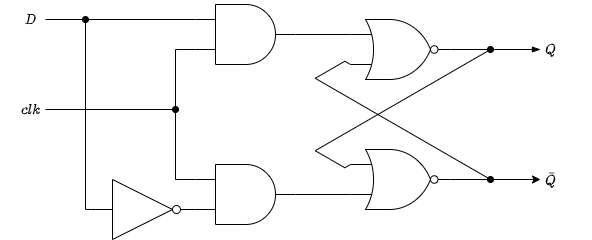
Earlier version of the draw.io export D_flip_flop.png (pathakshashank17/Digital-Circuit-Diagrams). Source tidied: cells renumbered, new cells last; positions are measured from the earlier drawing's top-left corner, leaving out a move shared by most shapes.
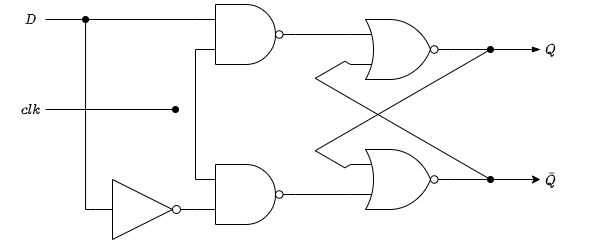
After the commit.

What changed in the source:
```diff
@@ -40,28 +40,32 @@
     <mxCell id="9" value="$$\bar{Q}$$" style="text;html=1;align=center;verticalAlign=middle;strokeColor=none;fillColor=none;" parent="1" vertex="1">
       <mxGeometry x="510" y="165" width="80" height="20" as="geometry" />
     </mxCell>
-    <mxCell id="10" style="edgeStyle=orthogonalEdgeStyle;rounded=0;jettySize=auto;html=1;exitX=1;exitY=0.5;exitDx=0;exitDy=0;exitPerimeter=0;entryX=0;entryY=0.75;entryDx=0;entryDy=0;entryPerimeter=0;endArrow=none;endFill=0;" parent="1" edge="1" source="11" target="4">
-      <mxGeometry relative="1" as="geometry" />
+    <mxCell id="10" style="edgeStyle=orthogonalEdgeStyle;rounded=0;jettySize=auto;html=1;exitX=1;exitY=0.5;exitDx=0;exitDy=0;exitPerimeter=0;entryX=0;entryY=0.75;entryDx=0;entryDy=0;entryPerimeter=0;endArrow=none;endFill=0;" parent="1" edge="1" target="4">
+      <mxGeometry relative="1" as="geometry">
+        <mxPoint x="295" y="190" as="sourcePoint" />
+      </mxGeometry>
     </mxCell>
-    <mxCell id="11" style="verticalLabelPosition=bottom;shadow=0;dashed=0;align=center;html=1;verticalAlign=top;shape=mxgraph.electrical.logic_gates.logic_gate;operation=and;" parent="1" vertex="1">
-      <mxGeometry x="195" y="160" width="100" height="60" as="geometry" />
-    </mxCell>
-    <mxCell id="12" style="edgeStyle=orthogonalEdgeStyle;rounded=0;jettySize=auto;html=1;exitX=1;exitY=0.5;exitDx=0;exitDy=0;exitPerimeter=0;entryX=0;entryY=0.25;entryDx=0;entryDy=0;entryPerimeter=0;endArrow=none;endFill=0;" parent="1" edge="1" source="15" target="7">
-      <mxGeometry relative="1" as="geometry" />
+    <mxCell id="12" style="edgeStyle=orthogonalEdgeStyle;rounded=0;jettySize=auto;html=1;exitX=1;exitY=0.5;exitDx=0;exitDy=0;exitPerimeter=0;entryX=0;entryY=0.25;entryDx=0;entryDy=0;entryPerimeter=0;endArrow=none;endFill=0;" parent="1" edge="1" target="7">
+      <mxGeometry relative="1" as="geometry">
+        <mxPoint x="295" y="30" as="sourcePoint" />
+      </mxGeometry>
     </mxCell>
-    <mxCell id="13" style="edgeStyle=orthogonalEdgeStyle;rounded=0;jettySize=auto;html=1;exitX=0;exitY=0.75;exitDx=0;exitDy=0;exitPerimeter=0;entryX=0;entryY=0.25;entryDx=0;entryDy=0;entryPerimeter=0;endArrow=none;endFill=0;" parent="1" edge="1" source="15" target="11">
-      <mxGeometry relative="1" as="geometry" />
+    <mxCell id="13" style="edgeStyle=orthogonalEdgeStyle;rounded=0;orthogonalLoop=1;jettySize=auto;html=1;exitX=0;exitY=0.75;exitDx=0;exitDy=0;exitPerimeter=0;entryX=0;entryY=0.25;entryDx=0;entryDy=0;entryPerimeter=0;endArrow=none;endFill=0;" parent="1" edge="1">
+      <mxGeometry relative="1" as="geometry">
+        <mxPoint x="195" y="45" as="sourcePoint" />
+        <mxPoint x="195" y="175" as="targetPoint" />
+      </mxGeometry>
     </mxCell>
-    <mxCell id="14" style="edgeStyle=orthogonalEdgeStyle;rounded=0;jettySize=auto;html=1;exitX=0;exitY=0.25;exitDx=0;exitDy=0;exitPerimeter=0;endArrow=none;endFill=0;" parent="1" edge="1" source="15">
+    <mxCell id="14" style="edgeStyle=orthogonalEdgeStyle;rounded=0;orthogonalLoop=1;jettySize=auto;html=1;exitX=0;exitY=0.25;exitDx=0;exitDy=0;exitPerimeter=0;endArrow=none;endFill=0;" parent="1" edge="1">
       <mxGeometry relative="1" as="geometry">
+        <mxPoint x="195" y="15" as="sourcePoint" />
         <mxPoint x="45" y="15" as="targetPoint" />
       </mxGeometry>
     </mxCell>
-    <mxCell id="15" style="verticalLabelPosition=bottom;shadow=0;dashed=0;align=center;html=1;verticalAlign=top;shape=mxgraph.electrical.logic_gates.logic_gate;operation=and;" parent="1" vertex="1">
-      <mxGeometry x="195" width="100" height="60" as="geometry" />
-    </mxCell>
-    <mxCell id="16" style="edgeStyle=orthogonalEdgeStyle;rounded=0;jettySize=auto;html=1;exitX=1;exitY=0.5;exitDx=0;exitDy=0;exitPerimeter=0;entryX=0;entryY=0.75;entryDx=0;entryDy=0;entryPerimeter=0;endArrow=none;endFill=0;" parent="1" edge="1" source="18" target="11">
-      <mxGeometry relative="1" as="geometry" />
+    <mxCell id="16" style="edgeStyle=orthogonalEdgeStyle;rounded=0;jettySize=auto;html=1;exitX=1;exitY=0.5;exitDx=0;exitDy=0;exitPerimeter=0;entryX=0;entryY=0.75;entryDx=0;entryDy=0;entryPerimeter=0;endArrow=none;endFill=0;" parent="1" edge="1" source="18">
+      <mxGeometry relative="1" as="geometry">
+        <mxPoint x="195" y="205" as="targetPoint" />
+      </mxGeometry>
     </mxCell>
     <mxCell id="17" style="edgeStyle=orthogonalEdgeStyle;rounded=0;jettySize=auto;html=1;exitX=0;exitY=0.5;exitDx=0;exitDy=0;exitPerimeter=0;endArrow=oval;endFill=1;" parent="1" edge="1" source="18">
       <mxGeometry relative="1" as="geometry">
@@ -87,5 +91,11 @@
     <mxCell id="21" value="$$clk$$" style="text;html=1;align=center;verticalAlign=middle;strokeColor=none;fillColor=none;" parent="1" vertex="1">
       <mxGeometry y="95" width="60" height="20" as="geometry" />
     </mxCell>
+    <mxCell id="22" style="verticalLabelPosition=bottom;shadow=0;dashed=0;align=center;html=1;verticalAlign=top;shape=mxgraph.electrical.logic_gates.logic_gate;operation=and;negating=1;negSize=0.15;" parent="1" vertex="1">
+      <mxGeometry x="195" y="160" width="100" height="60" as="geometry" />
+    </mxCell>
+    <mxCell id="23" style="verticalLabelPosition=bottom;shadow=0;dashed=0;align=center;html=1;verticalAlign=top;shape=mxgraph.electrical.logic_gates.logic_gate;operation=and;negating=1;negSize=0.15;" parent="1" vertex="1">
+      <mxGeometry x="195" width="100" height="60" as="geometry" />
+    </mxCell>
   </root>
 </mxGraphModel>
```
